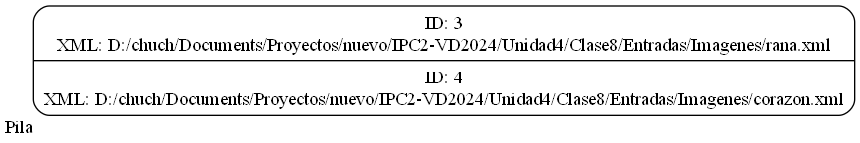
This is reportes/pila.png from chuchoalm/IPC2_ProyectoVD2024_202200239, a Graphviz export, as it was before one commit. Its source is kept beside it as reportesdot/pila.dot.
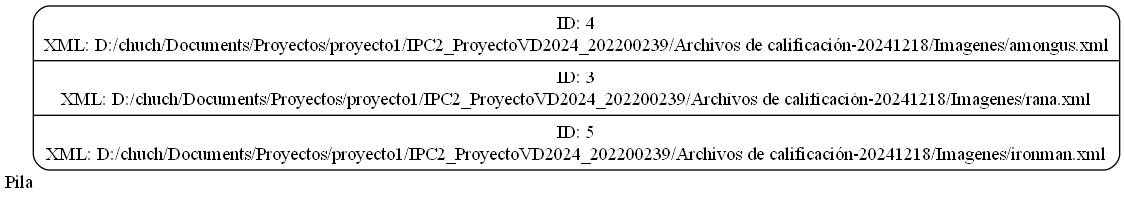
After the commit.

What changed in the source:
```diff
@@ -1,5 +1,5 @@
 digraph G {
     rankdir=LR;
     node[shape=Mrecord];
-    Pila[xlabel="Pila" label="ID: 3\nXML: D:/chuch/Documents/Proyectos/nuevo/IPC2-VD2024/Unidad4/Clase8/Entradas/Imagenes/rana.xml|ID: 4\nXML: D:/chuch/Documents/Proyectos/nuevo/IPC2-VD2024/Unidad4/Clase8/Entradas/Imagenes/corazon.xml"];
+    Pila[xlabel="Pila" label="ID: 4\nXML: D:/chuch/Documents/Proyectos/proyecto1/IPC2_ProyectoVD2024_202200239/Archivos de calificación-20241218/Imagenes/amongus.xml|ID: 3\nXML: D:/chuch/Documents/Proyectos/proyecto1/IPC2_ProyectoVD2024_202200239/Archivos de calificación-20241218/Imagenes/rana.xml|ID: 5\nXML: D:/chuch/Documents/Proyectos/proyecto1/IPC2_ProyectoVD2024_202200239/Archivos de calificación-20241218/Imagenes/ironman.xml"];
 }
```
